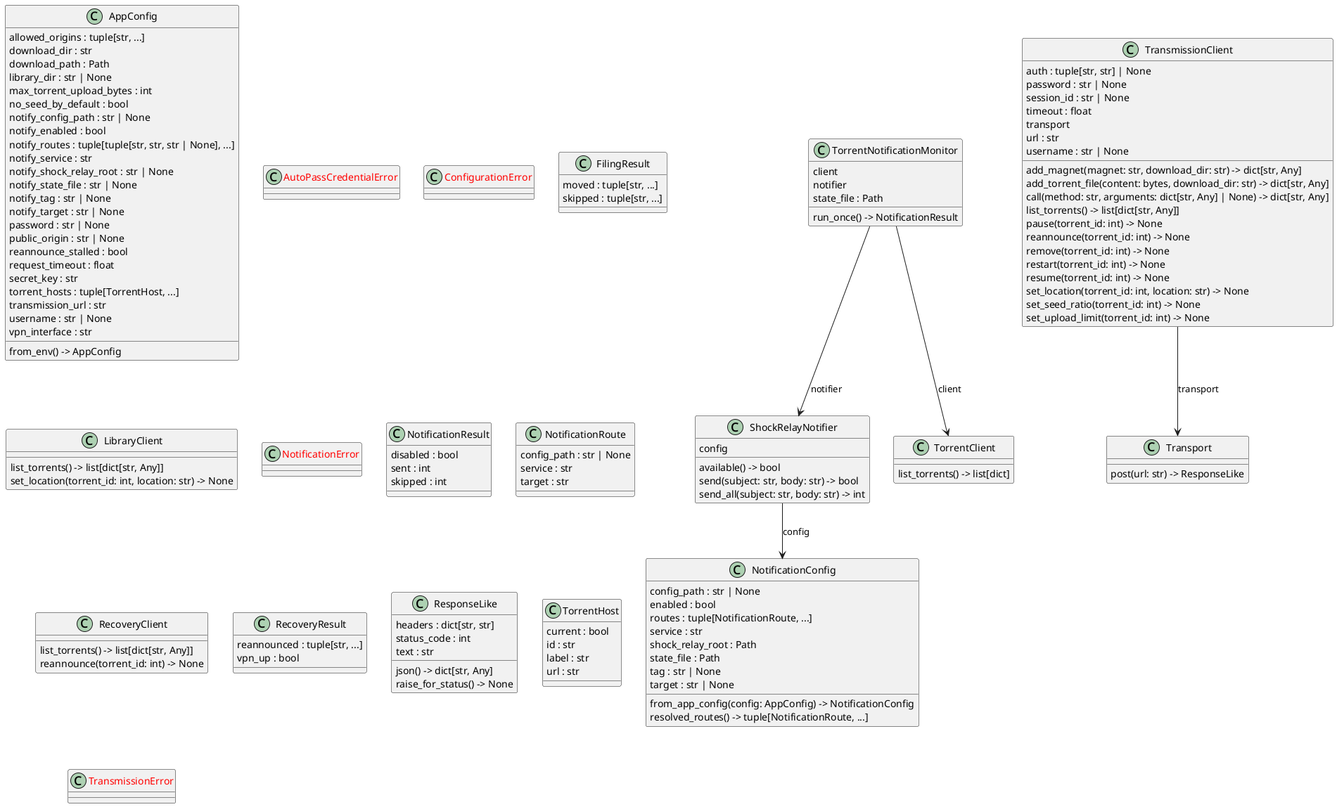
Above: docs/diagrams/python-classes.puml.png in casonk/magneto (PlantUML), before the change.
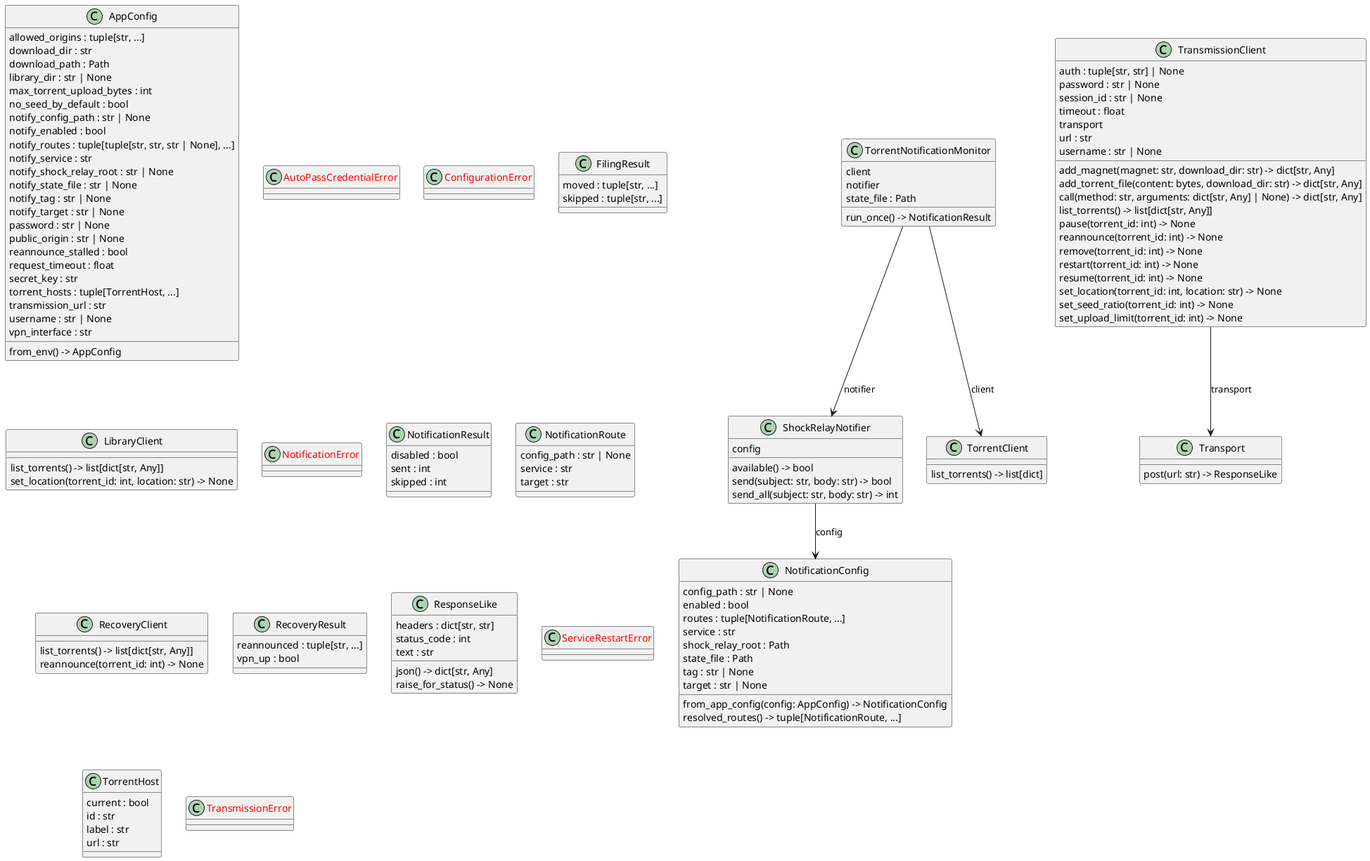
After the commit.

The edit, as a diff of the source:
```diff
@@ -77,6 +77,8 @@
   json() -> dict[str, Any]
   raise_for_status() -> None
 }
+class "<color:red>ServiceRestartError</color>" as src.magneto.service.ServiceRestartError {
+}
 class "ShockRelayNotifier" as src.magneto.notifications.ShockRelayNotifier {
   config
   available() -> bool
```
